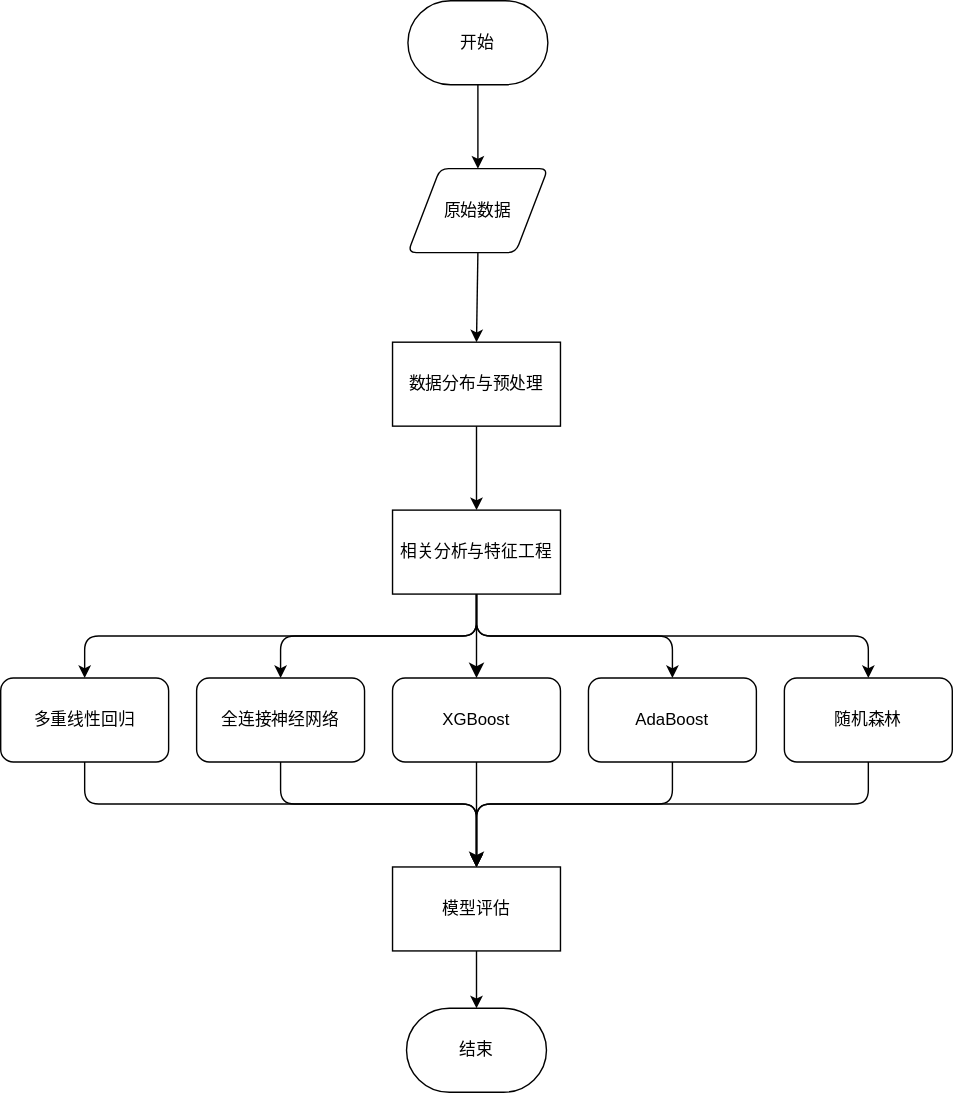
CHONGANDXU/Upload-Test keeps this draw.io diagram as draw-io/流程图.svg. Above is the earlier version. Source tidied: cells renumbered, new cells last; positions are measured from the earlier drawing's top-left corner, leaving out a move shared by most shapes.
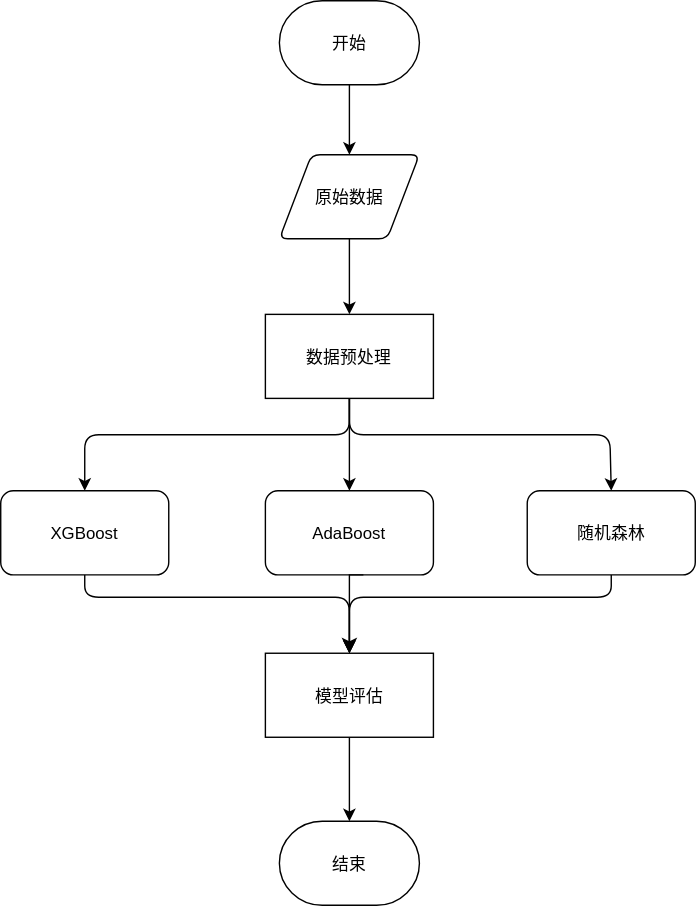
Later version of the same file.

Diff of the diagram source:
```diff
@@ -2,126 +2,80 @@
   <root>
     <mxCell id="0" />
     <mxCell id="1" parent="0" />
-    <mxCell id="2" style="edgeStyle=none;html=1;exitX=0.5;exitY=1;exitDx=0;exitDy=0;entryX=0.5;entryY=0;entryDx=0;entryDy=0;" parent="1" edge="1" source="25" target="4">
+    <mxCell id="2" style="edgeStyle=none;exitX=0.5;exitY=1;exitDx=0;exitDy=0;entryX=0.5;entryY=0;entryDx=0;entryDy=0;" parent="1" edge="1" source="25" target="4">
       <mxGeometry relative="1" as="geometry" />
     </mxCell>
-    <mxCell id="3" style="edgeStyle=none;html=1;exitX=0.5;exitY=1;exitDx=0;exitDy=0;entryX=0.5;entryY=0;entryDx=0;entryDy=0;" parent="1" edge="1" source="4" target="9">
-      <mxGeometry relative="1" as="geometry" />
-    </mxCell>
+    <mxCell id="27" style="edgeStyle=none;html=1;exitX=0.5;exitY=1;exitDx=0;exitDy=0;entryX=0.5;entryY=0;entryDx=0;entryDy=0;" parent="1" edge="1" source="4" target="13">
+      <mxGeometry relative="1" as="geometry">
+        <Array as="points">
+          <mxPoint x="331" y="550" />
+          <mxPoint x="142" y="550" />
+        </Array>
+      </mxGeometry>
+    </mxCell>
+    <mxCell id="28" style="edgeStyle=none;html=1;exitX=0.5;exitY=1;exitDx=0;exitDy=0;entryX=0.5;entryY=0;entryDx=0;entryDy=0;" parent="1" edge="1" source="4" target="15">
+      <mxGeometry relative="1" as="geometry">
+        <Array as="points">
+          <mxPoint x="331" y="550" />
+          <mxPoint x="517" y="550" />
+        </Array>
+      </mxGeometry>
+    </mxCell>
-    <mxCell id="4" value="数据分布与预处理" style="rounded=0;whiteSpace=wrap;html=1;" parent="1" vertex="1">
-      <mxGeometry x="280" y="244" width="120" height="60" as="geometry" />
+    <mxCell id="4" value="数据预处理" style="rounded=0;" parent="1" vertex="1">
+      <mxGeometry x="271" y="464" width="120" height="60" as="geometry" />
     </mxCell>
-    <mxCell id="5" style="edgeStyle=none;html=1;exitX=0.5;exitY=1;exitDx=0;exitDy=0;entryX=0.5;entryY=0;entryDx=0;entryDy=0;" parent="1" edge="1" source="9" target="10">
-      <mxGeometry relative="1" as="geometry">
-        <Array as="points">
-          <mxPoint x="340" y="454" />
-          <mxPoint x="200" y="454" />
-          <mxPoint x="60" y="454" />
-        </Array>
-      </mxGeometry>
-    </mxCell>
-    <mxCell id="6" style="edgeStyle=none;html=1;exitX=0.5;exitY=1;exitDx=0;exitDy=0;entryX=0.5;entryY=0;entryDx=0;entryDy=0;" parent="1" edge="1" source="9" target="14">
-      <mxGeometry relative="1" as="geometry">
-        <Array as="points">
-          <mxPoint x="340" y="454" />
-          <mxPoint x="480" y="454" />
-        </Array>
-      </mxGeometry>
-    </mxCell>
-    <mxCell id="7" style="edgeStyle=none;html=1;exitX=0.5;exitY=1;exitDx=0;exitDy=0;entryX=0.5;entryY=0;entryDx=0;entryDy=0;" parent="1" edge="1" source="9" target="15">
-      <mxGeometry relative="1" as="geometry">
-        <Array as="points">
-          <mxPoint x="340" y="454" />
-          <mxPoint x="620" y="454" />
-        </Array>
-      </mxGeometry>
-    </mxCell>
-    <mxCell id="8" style="edgeStyle=none;html=1;exitX=0.5;exitY=1;exitDx=0;exitDy=0;entryX=0.5;entryY=0;entryDx=0;entryDy=0;" parent="1" edge="1" source="9" target="12">
-      <mxGeometry relative="1" as="geometry">
-        <Array as="points">
-          <mxPoint x="340" y="454" />
-          <mxPoint x="200" y="454" />
-        </Array>
-      </mxGeometry>
-    </mxCell>
-    <mxCell id="9" value="相关分析与特征工程" style="rounded=0;whiteSpace=wrap;html=1;" parent="1" vertex="1">
-      <mxGeometry x="280" y="364" width="120" height="60" as="geometry" />
-    </mxCell>
-    <mxCell id="10" value="多重线性回归" style="rounded=1;whiteSpace=wrap;html=1;" parent="1" vertex="1">
-      <mxGeometry y="484" width="120" height="60" as="geometry" />
-    </mxCell>
-    <mxCell id="11" style="edgeStyle=none;html=1;exitX=0.5;exitY=1;exitDx=0;exitDy=0;entryX=0.5;entryY=0;entryDx=0;entryDy=0;" parent="1" edge="1" source="12" target="17">
-      <mxGeometry relative="1" as="geometry">
-        <Array as="points">
-          <mxPoint x="200" y="574" />
-          <mxPoint x="340" y="574" />
-        </Array>
-      </mxGeometry>
-    </mxCell>
-    <mxCell id="12" value="全连接神经网络" style="rounded=1;whiteSpace=wrap;html=1;" parent="1" vertex="1">
-      <mxGeometry x="140" y="484" width="120" height="60" as="geometry" />
-    </mxCell>
+    <mxCell id="29" style="edgeStyle=none;exitX=0.5;exitY=1;exitDx=0;exitDy=0;" parent="1" edge="1" source="4" target="14">
+      <mxGeometry relative="1" as="geometry" />
+    </mxCell>
+    <mxCell id="30" style="edgeStyle=none;exitX=0.5;exitY=1;exitDx=0;exitDy=0;entryX=0.5;entryY=0;entryDx=0;entryDy=0;" parent="1" edge="1" source="13" target="17">
+      <mxGeometry relative="1" as="geometry">
+        <Array as="points">
+          <mxPoint x="142" y="666" />
+          <mxPoint x="238" y="666" />
+          <mxPoint x="331" y="666" />
+        </Array>
+      </mxGeometry>
+    </mxCell>
-    <mxCell id="13" value="XGBoost" style="rounded=1;whiteSpace=wrap;html=1;" parent="1" vertex="1">
-      <mxGeometry x="280" y="484" width="120" height="60" as="geometry" />
+    <mxCell id="13" value="XGBoost" style="rounded=1;" parent="1" vertex="1">
+      <mxGeometry x="82" y="590" width="120" height="60" as="geometry" />
     </mxCell>
-    <mxCell id="14" value="AdaBoost" style="rounded=1;whiteSpace=wrap;html=1;" parent="1" vertex="1">
-      <mxGeometry x="420" y="484" width="120" height="60" as="geometry" />
+    <mxCell id="14" value="AdaBoost" style="rounded=1;" parent="1" vertex="1">
+      <mxGeometry x="271" y="590" width="120" height="60" as="geometry" />
     </mxCell>
+    <mxCell id="21" style="edgeStyle=none;exitX=0.5;exitY=1;exitDx=0;exitDy=0;entryX=0.5;entryY=0;entryDx=0;entryDy=0;" parent="1" edge="1" source="15" target="17">
+      <mxGeometry relative="1" as="geometry">
+        <Array as="points">
+          <mxPoint x="518" y="666" />
+          <mxPoint x="408" y="666" />
+          <mxPoint x="331" y="666" />
+        </Array>
+      </mxGeometry>
+    </mxCell>
-    <mxCell id="15" value="随机森林" style="rounded=1;whiteSpace=wrap;html=1;" parent="1" vertex="1">
-      <mxGeometry x="560" y="484" width="120" height="60" as="geometry" />
+    <mxCell id="15" value="随机森林" style="rounded=1;" parent="1" vertex="1">
+      <mxGeometry x="458" y="590" width="120" height="60" as="geometry" />
     </mxCell>
-    <mxCell id="16" style="edgeStyle=none;html=1;exitX=0.5;exitY=1;exitDx=0;exitDy=0;entryX=0.5;entryY=0;entryDx=0;entryDy=0;entryPerimeter=0;" parent="1" edge="1" source="17" target="26">
+    <mxCell id="16" style="edgeStyle=none;exitX=0.5;exitY=1;exitDx=0;exitDy=0;entryX=0.5;entryY=0;entryDx=0;entryDy=0;entryPerimeter=0;" parent="1" edge="1" source="17" target="26">
       <mxGeometry relative="1" as="geometry" />
     </mxCell>
-    <mxCell id="17" value="模型评估" style="rounded=0;whiteSpace=wrap;html=1;" parent="1" vertex="1">
-      <mxGeometry x="280" y="619" width="120" height="60" as="geometry" />
+    <mxCell id="17" value="模型评估" style="rounded=0;" parent="1" vertex="1">
+      <mxGeometry x="271" y="706" width="120" height="60" as="geometry" />
     </mxCell>
-    <mxCell id="18" style="edgeStyle=segmentEdgeStyle;endArrow=classic;html=1;curved=0;rounded=0;endSize=8;startSize=8;entryX=0.5;entryY=0;entryDx=0;entryDy=0;" parent="1" edge="1" target="13">
-      <mxGeometry relative="1" as="geometry">
-        <mxPoint x="340" y="424" as="sourcePoint" />
-      </mxGeometry>
-    </mxCell>
-    <mxCell id="19" style="edgeStyle=none;html=1;exitX=0.5;exitY=1;exitDx=0;exitDy=0;entryX=0.5;entryY=0;entryDx=0;entryDy=0;" parent="1" edge="1" source="10" target="17">
-      <mxGeometry relative="1" as="geometry">
-        <Array as="points">
-          <mxPoint x="60" y="574" />
-          <mxPoint x="200" y="574" />
-          <mxPoint x="340" y="574" />
-        </Array>
-      </mxGeometry>
-    </mxCell>
-    <mxCell id="20" style="edgeStyle=none;html=1;entryX=0.5;entryY=0;entryDx=0;entryDy=0;exitX=0.5;exitY=1;exitDx=0;exitDy=0;" parent="1" edge="1" source="14" target="17">
-      <mxGeometry relative="1" as="geometry">
-        <Array as="points">
-          <mxPoint x="480" y="574" />
-          <mxPoint x="340" y="574" />
-        </Array>
-      </mxGeometry>
-    </mxCell>
-    <mxCell id="21" style="edgeStyle=none;html=1;exitX=0.5;exitY=1;exitDx=0;exitDy=0;entryX=0.5;entryY=0;entryDx=0;entryDy=0;" parent="1" edge="1" source="15" target="17">
-      <mxGeometry relative="1" as="geometry">
-        <Array as="points">
-          <mxPoint x="620" y="574" />
-          <mxPoint x="340" y="574" />
-        </Array>
-      </mxGeometry>
-    </mxCell>
-    <mxCell id="22" style="edgeStyle=segmentEdgeStyle;endArrow=classic;html=1;curved=0;rounded=0;endSize=8;startSize=8;entryX=0.5;entryY=0;entryDx=0;entryDy=0;" parent="1" edge="1" target="17">
+    <mxCell id="22" style="edgeStyle=segmentEdgeStyle;endArrow=classic;curved=0;rounded=0;endSize=8;startSize=8;entryX=0.5;entryY=0;entryDx=0;entryDy=0;" parent="1" edge="1" target="17">
       <mxGeometry relative="1" as="geometry">
-        <mxPoint x="340" y="544" as="sourcePoint" />
+        <mxPoint x="341" y="650" as="sourcePoint" />
       </mxGeometry>
     </mxCell>
-    <mxCell id="23" style="edgeStyle=none;html=1;exitX=0.5;exitY=1;exitDx=0;exitDy=0;exitPerimeter=0;entryX=0.5;entryY=0;entryDx=0;entryDy=0;" parent="1" edge="1" source="24" target="25">
+    <mxCell id="23" style="edgeStyle=none;exitX=0.5;exitY=1;exitDx=0;exitDy=0;exitPerimeter=0;entryX=0.5;entryY=0;entryDx=0;entryDy=0;" parent="1" edge="1" source="24" target="25">
       <mxGeometry relative="1" as="geometry" />
     </mxCell>
-    <mxCell id="24" value="开始" style="strokeWidth=1;html=1;shape=mxgraph.flowchart.terminator;whiteSpace=wrap;" parent="1" vertex="1">
-      <mxGeometry x="291" width="100" height="60" as="geometry" />
+    <mxCell id="24" value="开始" style="strokeWidth=1;shape=mxgraph.flowchart.terminator;" parent="1" vertex="1">
+      <mxGeometry x="281" y="240" width="100" height="60" as="geometry" />
     </mxCell>
-    <mxCell id="25" value="原始数据" style="shape=parallelogram;html=1;strokeWidth=1;perimeter=parallelogramPerimeter;whiteSpace=wrap;rounded=1;arcSize=12;size=0.23;" parent="1" vertex="1">
-      <mxGeometry x="291" y="120" width="100" height="60" as="geometry" />
+    <mxCell id="25" value="原始数据" style="shape=parallelogram;strokeWidth=1;perimeter=parallelogramPerimeter;rounded=1;arcSize=12;size=0.23;" parent="1" vertex="1">
+      <mxGeometry x="281" y="350" width="100" height="60" as="geometry" />
     </mxCell>
-    <mxCell id="26" value="结束" style="strokeWidth=1;html=1;shape=mxgraph.flowchart.terminator;whiteSpace=wrap;" parent="1" vertex="1">
-      <mxGeometry x="290" y="720" width="100" height="60" as="geometry" />
+    <mxCell id="26" value="结束" style="strokeWidth=1;shape=mxgraph.flowchart.terminator;" parent="1" vertex="1">
+      <mxGeometry x="281" y="826" width="100" height="60" as="geometry" />
     </mxCell>
   </root>
 </mxGraphModel>
```
